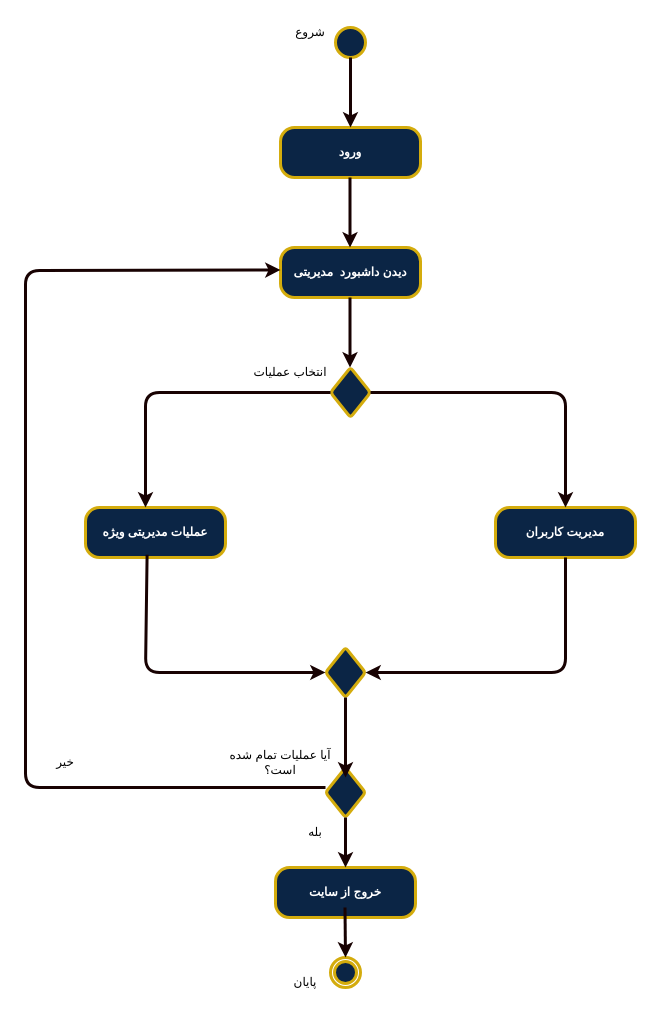
TnT74K/Project-SAD keeps this draw.io diagram as page "نمودار سوپر ادمین" (1 of 4) of Documentation/Analysis/Modeling/Functional Models/Super Admin/super_admin_Activity_diagram_fixed3_.drawio. Above is the earlier version. Source tidied: cells renumbered, new cells numbered last; positions are measured from the earlier drawing's top-left corner, leaving out a move shared by most shapes. Both pictures are drawn from the tidied source at 100%, with x=0, y=0 at pixel (25, 17).
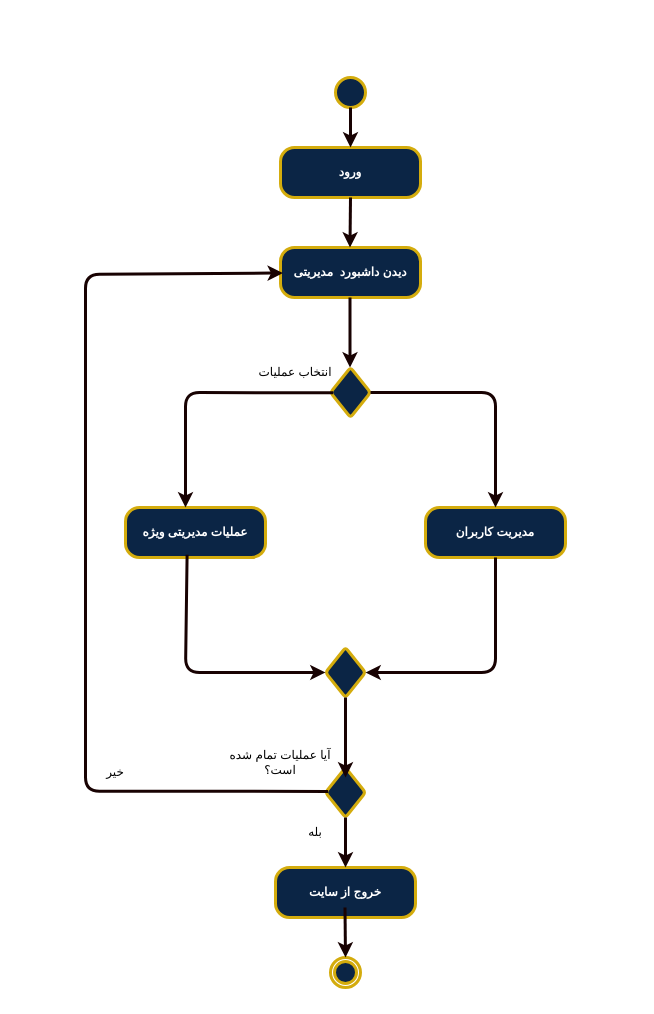
Above is the later version.

Unchanged cells that the change refers to:
```xml
<mxCell id="4" value="دیدن داشبورد&amp;nbsp; مدیریتی" style="html=1;align=center;verticalAlign=middle;rounded=1;arcSize=28;whiteSpace=wrap;strokeColor=light-dark(#D4AC0D,#D4AC0D);strokeWidth=3;fontFamily=zain;fontSize=12;fontColor=light-dark(#FFFFFF,#FFFFFF);fontStyle=1;labelBackgroundColor=none;fillColor=light-dark(#0B2545,#0B2545);" parent="1" vertex="1">
  <mxGeometry x="255" y="230" width="140" height="50" as="geometry" />
</mxCell>
<mxCell id="5" style="rhombus;rounded=1;strokeColor=light-dark(#D4AC0D,#D4AC0D);strokeWidth=3;align=center;verticalAlign=middle;arcSize=7;fontFamily=zain;fontSize=12;fontColor=light-dark(#FFFFFF,#FFFFFF);fontStyle=1;labelBackgroundColor=none;fillColor=light-dark(#0B2545,#0B2545);" parent="1" vertex="1">
  <mxGeometry x="305" y="350" width="40" height="50" as="geometry" />
</mxCell>
<mxCell id="9" style="rhombus;rounded=1;strokeColor=light-dark(#D4AC0D,#D4AC0D);strokeWidth=3;align=center;verticalAlign=middle;arcSize=7;fontFamily=zain;fontSize=12;fontColor=light-dark(#FFFFFF,#FFFFFF);fontStyle=1;labelBackgroundColor=none;fillColor=light-dark(#0B2545,#0B2545);" parent="1" vertex="1">
  <mxGeometry x="300" y="630" width="40" height="50" as="geometry" />
</mxCell>
<mxCell id="11" style="rhombus;rounded=1;strokeColor=light-dark(#D4AC0D,#D4AC0D);strokeWidth=3;align=center;verticalAlign=middle;arcSize=7;fontFamily=zain;fontSize=12;fontColor=light-dark(#FFFFFF,#FFFFFF);fontStyle=1;labelBackgroundColor=none;fillColor=light-dark(#0B2545,#0B2545);" parent="1" vertex="1">
  <mxGeometry x="300" y="750" width="40" height="50" as="geometry" />
</mxCell>
```

Change to the diagram source:
```diff
@@
     <mxCell id="2" style="ellipse;fillColor=light-dark(#0B2545,#0B2545);html=1;align=center;fontFamily=zain;strokeColor=light-dark(#D4AC0D,#D4AC0D);strokeWidth=3;verticalAlign=middle;fontSize=12;fontColor=light-dark(#FFFFFF,#FFFFFF);fontStyle=1;labelBackgroundColor=none;" parent="1" vertex="1">
-      <mxGeometry x="310" y="10" width="30" height="30" as="geometry" />
+      <mxGeometry x="310" y="60" width="30" height="30" as="geometry" />
     </mxCell>
     <mxCell id="3" value="ورود" style="html=1;align=center;verticalAlign=middle;whiteSpace=wrap;strokeColor=light-dark(#D4AC0D,#D4AC0D);strokeWidth=3;fontFamily=zain;fontSize=12;fontColor=light-dark(#FFFFFF,#FFFFFF);fontStyle=1;labelBackgroundColor=none;fillColor=light-dark(#0B2545,#0B2545);rounded=1;arcSize=28;" parent="1" vertex="1">
-      <mxGeometry x="255" y="110" width="140" height="50" as="geometry" />
+      <mxGeometry x="255" y="130" width="140" height="50" as="geometry" />
     </mxCell>
@@
     <mxCell id="6" value="&lt;font face=&quot;zain&quot;&gt;انتخاب عملیات&lt;/font&gt;" style="text;html=1;whiteSpace=wrap;strokeColor=none;fillColor=none;align=center;verticalAlign=middle;rounded=0;" parent="1" vertex="1">
-      <mxGeometry x="220" y="340" width="90" height="30" as="geometry" />
+      <mxGeometry x="225" y="340" width="90" height="30" as="geometry" />
     </mxCell>
     <mxCell id="7" value="مدیریت کاربران" style="html=1;align=center;verticalAlign=middle;rounded=1;arcSize=28;whiteSpace=wrap;strokeColor=light-dark(#D4AC0D,#D4AC0D);strokeWidth=3;fontFamily=zain;fontSize=12;fontColor=light-dark(#FFFFFF,#FFFFFF);fontStyle=1;labelBackgroundColor=none;fillColor=light-dark(#0B2545,#0B2545);" parent="1" vertex="1">
-      <mxGeometry x="470" y="490" width="140" height="50" as="geometry" />
+      <mxGeometry x="400" y="490" width="140" height="50" as="geometry" />
     </mxCell>
     <mxCell id="8" value="عملیات مدیریتی ویژه" style="html=1;align=center;verticalAlign=middle;rounded=1;arcSize=28;whiteSpace=wrap;strokeColor=light-dark(#D4AC0D,#D4AC0D);strokeWidth=3;fontFamily=zain;fontSize=12;fontColor=light-dark(#FFFFFF,#FFFFFF);fontStyle=1;labelBackgroundColor=none;fillColor=light-dark(#0B2545,#0B2545);" parent="1" vertex="1">
-      <mxGeometry x="60" y="490" width="140" height="50" as="geometry" />
+      <mxGeometry x="100" y="490" width="140" height="50" as="geometry" />
     </mxCell>
@@
-    <mxCell id="13" value="&lt;font face=&quot;zain&quot;&gt;شروع&lt;/font&gt;" style="text;html=1;whiteSpace=wrap;strokeColor=none;fillColor=none;align=center;verticalAlign=middle;rounded=0;" parent="1" vertex="1">
-      <mxGeometry x="255" width="60" height="30" as="geometry" />
-    </mxCell>
-    <mxCell id="14" value="&lt;font face=&quot;zain&quot;&gt;پایان&lt;/font&gt;" style="text;html=1;whiteSpace=wrap;strokeColor=none;fillColor=none;align=center;verticalAlign=middle;rounded=0;" parent="1" vertex="1">
-      <mxGeometry x="250" y="950" width="60" height="30" as="geometry" />
-    </mxCell>
@@
-    <mxCell id="16" style="html=1;verticalAlign=middle;labelBackgroundColor=none;strokeWidth=3;rounded=1;exitX=0.5;exitY=1;exitDx=0;exitDy=0;entryX=0.5;entryY=0;entryDx=0;entryDy=0;strokeColor=light-dark(#180202, #D4AC0D);align=center;arcSize=28;fontFamily=zain;fontSize=12;fontColor=light-dark(#FFFFFF,#FFFFFF);fontStyle=1;fillColor=light-dark(#0B2545,#0B2545);" parent="1" edge="1">
+    <mxCell id="16" style="html=1;verticalAlign=middle;labelBackgroundColor=none;strokeWidth=3;rounded=1;entryX=0.5;entryY=0;entryDx=0;entryDy=0;strokeColor=light-dark(#180202, #D4AC0D);align=center;arcSize=28;fontFamily=zain;fontSize=12;fontColor=light-dark(#FFFFFF,#FFFFFF);fontStyle=1;fillColor=light-dark(#0B2545,#0B2545);exitX=0.5;exitY=1;exitDx=0;exitDy=0;" parent="1" edge="1" source="3">
       <mxGeometry relative="1" as="geometry">
-        <mxPoint x="324.5" y="160" as="sourcePoint" />
         <mxPoint x="324.5" y="230" as="targetPoint" />
       </mxGeometry>
     </mxCell>
@@
     <mxCell id="18" style="html=1;verticalAlign=middle;labelBackgroundColor=none;strokeWidth=3;rounded=1;exitX=1;exitY=0.5;exitDx=0;exitDy=0;entryX=0.5;entryY=0;entryDx=0;entryDy=0;strokeColor=light-dark(#180202, #D4AC0D);align=center;arcSize=28;fontFamily=zain;fontSize=12;fontColor=light-dark(#FFFFFF,#FFFFFF);fontStyle=1;fillColor=light-dark(#0B2545,#0B2545);" parent="1" edge="1" source="5" target="7">
       <mxGeometry relative="1" as="geometry">
         <Array as="points">
-          <mxPoint x="540" y="375" />
+          <mxPoint x="470" y="375" />
         </Array>
       </mxGeometry>
     </mxCell>
-    <mxCell id="19" style="html=1;verticalAlign=middle;labelBackgroundColor=none;strokeWidth=3;rounded=1;exitX=0;exitY=0.5;exitDx=0;exitDy=0;strokeColor=light-dark(#180202, #D4AC0D);align=center;arcSize=28;fontFamily=zain;fontSize=12;fontColor=light-dark(#FFFFFF,#FFFFFF);fontStyle=1;fillColor=light-dark(#0B2545,#0B2545);entryX=0.5;entryY=0;entryDx=0;entryDy=0;entryPerimeter=0;" parent="1" edge="1" source="5">
+    <mxCell id="19" style="html=1;verticalAlign=middle;labelBackgroundColor=none;strokeWidth=3;rounded=1;strokeColor=light-dark(#180202, #D4AC0D);align=center;arcSize=28;fontFamily=zain;fontSize=12;fontColor=light-dark(#FFFFFF,#FFFFFF);fontStyle=1;fillColor=light-dark(#0B2545,#0B2545);entryX=0.5;entryY=0;entryDx=0;entryDy=0;entryPerimeter=0;exitX=0.067;exitY=0.506;exitDx=0;exitDy=0;exitPerimeter=0;" parent="1" edge="1" source="5">
       <mxGeometry relative="1" as="geometry">
-        <mxPoint x="120" y="490" as="targetPoint" />
+        <mxPoint x="160" y="490" as="targetPoint" />
         <Array as="points">
-          <mxPoint x="120" y="375" />
+          <mxPoint x="160" y="375" />
         </Array>
       </mxGeometry>
     </mxCell>
     <mxCell id="20" style="html=1;verticalAlign=middle;labelBackgroundColor=none;strokeWidth=3;rounded=1;exitX=0.5;exitY=1;exitDx=0;exitDy=0;entryX=1;entryY=0.5;entryDx=0;entryDy=0;strokeColor=light-dark(#180202, #D4AC0D);align=center;arcSize=28;fontFamily=zain;fontSize=12;fontColor=light-dark(#FFFFFF,#FFFFFF);fontStyle=1;fillColor=light-dark(#0B2545,#0B2545);" parent="1" edge="1" source="7" target="9">
       <mxGeometry relative="1" as="geometry">
         <Array as="points">
-          <mxPoint x="540" y="655" />
+          <mxPoint x="470" y="655" />
         </Array>
       </mxGeometry>
     </mxCell>
-    <mxCell id="21" style="html=1;verticalAlign=middle;labelBackgroundColor=none;strokeWidth=3;rounded=1;exitX=0.44;exitY=0.944;exitDx=0;exitDy=0;entryX=0;entryY=0.5;entryDx=0;entryDy=0;strokeColor=light-dark(#180202, #D4AC0D);align=center;arcSize=28;fontFamily=zain;fontSize=12;fontColor=light-dark(#FFFFFF,#FFFFFF);fontStyle=1;fillColor=light-dark(#0B2545,#0B2545);exitPerimeter=0;" parent="1" edge="1" source="8" target="9">
+    <mxCell id="21" style="html=1;verticalAlign=middle;labelBackgroundColor=none;strokeWidth=3;rounded=1;exitX=0.44;exitY=0.944;exitDx=0;exitDy=0;strokeColor=light-dark(#180202, #D4AC0D);align=center;arcSize=28;fontFamily=zain;fontSize=12;fontColor=light-dark(#FFFFFF,#FFFFFF);fontStyle=1;fillColor=light-dark(#0B2545,#0B2545);exitPerimeter=0;" parent="1" edge="1" source="8">
       <mxGeometry relative="1" as="geometry">
+        <mxPoint x="300" y="655" as="targetPoint" />
         <Array as="points">
-          <mxPoint x="120" y="655" />
+          <mxPoint x="160" y="655" />
         </Array>
       </mxGeometry>
     </mxCell>
@@
-    <mxCell id="26" style="html=1;verticalAlign=middle;labelBackgroundColor=none;strokeWidth=3;rounded=1;strokeColor=light-dark(#180202, #D4AC0D);align=center;arcSize=28;fontFamily=zain;fontSize=12;fontColor=light-dark(#FFFFFF,#FFFFFF);fontStyle=1;fillColor=light-dark(#0B2545,#0B2545);entryX=0;entryY=0.75;entryDx=0;entryDy=0;" parent="1" edge="1">
+    <mxCell id="26" style="html=1;verticalAlign=middle;labelBackgroundColor=none;strokeWidth=3;rounded=1;strokeColor=light-dark(#180202, #D4AC0D);align=center;arcSize=28;fontFamily=zain;fontSize=12;fontColor=light-dark(#FFFFFF,#FFFFFF);fontStyle=1;fillColor=light-dark(#0B2545,#0B2545);entryX=0.017;entryY=0.511;entryDx=0;entryDy=0;exitX=0.065;exitY=0.478;exitDx=0;exitDy=0;exitPerimeter=0;entryPerimeter=0;" parent="1" edge="1" source="11" target="4">
       <mxGeometry relative="1" as="geometry">
-        <mxPoint x="300" y="770" as="sourcePoint" />
-        <mxPoint x="255" y="252.5" as="targetPoint" />
         <Array as="points">
-          <mxPoint x="150" y="770" />
-          <mxPoint y="770" />
-          <mxPoint y="253" />
+          <mxPoint x="210" y="773.8" />
+          <mxPoint x="60" y="773.8" />
+          <mxPoint x="60" y="256.8" />
         </Array>
       </mxGeometry>
     </mxCell>
     <mxCell id="27" value="&lt;font face=&quot;zain&quot;&gt;خیر&lt;/font&gt;" style="text;html=1;whiteSpace=wrap;strokeColor=none;fillColor=none;align=center;verticalAlign=middle;rounded=0;" parent="1" vertex="1">
-      <mxGeometry x="10" y="730" width="60" height="30" as="geometry" />
+      <mxGeometry x="60" y="740" width="60" height="30" as="geometry" />
     </mxCell>
```
